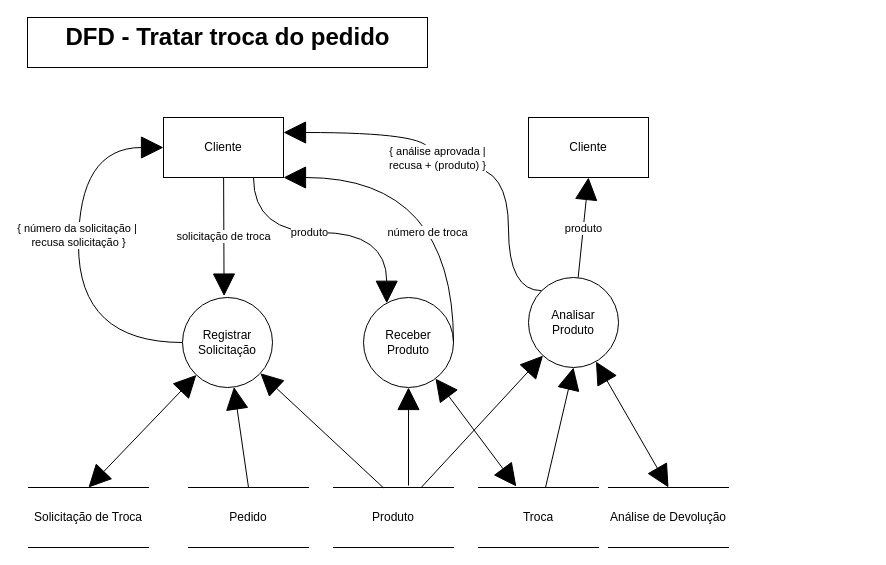
Systematicos/FindingApp keeps this draw.io diagram as Documentation/DFD Essencial para cada Capacidade/DFD Tratar troca do pedido.drawio. Above is the earlier version. Source tidied: cells renumbered, new cells numbered last; positions are measured from the earlier drawing's top-left corner, leaving out a move shared by most shapes. Both pictures are drawn from the tidied source at 100%, with x=0, y=0 at pixel (22, 17).
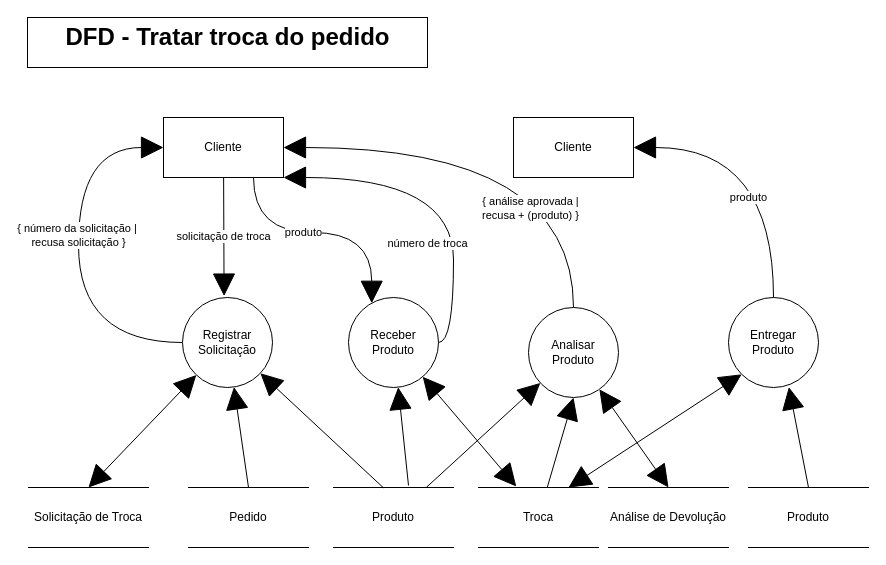
After the change.

The change refers to these unchanged cells:
```xml
<mxCell id="8" value="Cliente" style="rounded=0;whiteSpace=wrap;html=1;" parent="1" vertex="1">
  <mxGeometry x="141" y="100" width="120" height="60" as="geometry" />
</mxCell>
<mxCell id="29" value="Troca" style="shape=partialRectangle;whiteSpace=wrap;html=1;left=0;right=0;fillColor=none;" parent="1" vertex="1">
  <mxGeometry x="456" y="470" width="120" height="60" as="geometry" />
</mxCell>
```

Change to the diagram source:
```diff
@@
     <mxCell id="15" value="Receber Produto" style="ellipse;whiteSpace=wrap;html=1;" parent="1" vertex="1">
-      <mxGeometry x="341" y="280" width="90" height="90" as="geometry" />
+      <mxGeometry x="326" y="280" width="90" height="90" as="geometry" />
     </mxCell>
@@
-    <mxCell id="18" style="edgeStyle=orthogonalEdgeStyle;curved=1;rounded=0;jettySize=auto;html=1;entryX=1;entryY=0.25;entryDx=0;entryDy=0;startArrow=none;startFill=0;startSize=20;endArrow=block;endFill=1;endSize=20;exitX=0;exitY=0;exitDx=0;exitDy=0;" parent="1" edge="1" source="23" target="8">
-      <mxGeometry relative="1" as="geometry">
-        <Array as="points">
-          <mxPoint x="486" y="273" />
-          <mxPoint x="486" y="150" />
-          <mxPoint x="406" y="150" />
-          <mxPoint x="406" y="115" />
-        </Array>
-      </mxGeometry>
-    </mxCell>
-    <mxCell id="19" value="{ análise aprovada |&lt;br&gt;recusa + (produto) }" style="edgeLabel;html=1;align=center;verticalAlign=middle;" parent="18" vertex="1">
-      <mxGeometry x="0.06" y="19" relative="1" as="geometry">
-        <mxPoint x="-6.4" y="-29" as="offset" />
-      </mxGeometry>
-    </mxCell>
-    <mxCell id="20" value="produto" style="rounded=0;jettySize=auto;html=1;entryX=0.5;entryY=1;entryDx=0;entryDy=0;endArrow=block;endFill=1;endSize=20;startSize=20;" parent="1" edge="1" source="23" target="24">
-      <mxGeometry relative="1" as="geometry" />
+    <mxCell id="20" value="produto" style="rounded=0;jettySize=auto;html=1;entryX=1;entryY=0.5;entryDx=0;entryDy=0;endArrow=block;endFill=1;endSize=20;startSize=20;exitX=0.5;exitY=0;exitDx=0;exitDy=0;edgeStyle=orthogonalEdgeStyle;curved=1;" parent="1" edge="1" source="32" target="24">
+      <mxGeometry x="-0.31" y="25" relative="1" as="geometry" />
     </mxCell>
@@
+    <mxCell id="18" style="edgeStyle=orthogonalEdgeStyle;rounded=0;jettySize=auto;html=1;exitX=0.5;exitY=0;exitDx=0;exitDy=0;entryX=1;entryY=0.5;entryDx=0;entryDy=0;startArrow=none;startFill=0;startSize=20;endArrow=block;endFill=1;endSize=20;curved=1;" parent="1" edge="1" source="23" target="8">
+      <mxGeometry relative="1" as="geometry" />
+    </mxCell>
+    <mxCell id="19" value="{ análise aprovada |&lt;br&gt;recusa + (produto) }" style="edgeLabel;html=1;align=center;verticalAlign=middle;" parent="18" vertex="1">
+      <mxGeometry x="0.01" y="38" relative="1" as="geometry">
+        <mxPoint x="23.3" y="22" as="offset" />
+      </mxGeometry>
+    </mxCell>
     <mxCell id="23" value="Analisar&lt;br&gt;Produto" style="ellipse;whiteSpace=wrap;html=1;" parent="1" vertex="1">
-      <mxGeometry x="506" y="260" width="90" height="90" as="geometry" />
+      <mxGeometry x="506" y="290" width="90" height="90" as="geometry" />
     </mxCell>
     <mxCell id="24" value="Cliente" style="rounded=0;whiteSpace=wrap;html=1;" parent="1" vertex="1">
-      <mxGeometry x="506" y="100" width="120" height="60" as="geometry" />
+      <mxGeometry x="491" y="100" width="120" height="60" as="geometry" />
     </mxCell>
@@
+    <mxCell id="30" style="rounded=0;jettySize=auto;html=1;exitX=0;exitY=1;exitDx=0;exitDy=0;entryX=0.75;entryY=0;entryDx=0;entryDy=0;startArrow=block;startFill=1;endSize=20;startSize=20;endArrow=block;endFill=1;" parent="1" edge="1" source="32" target="29">
+      <mxGeometry relative="1" as="geometry" />
+    </mxCell>
+    <mxCell id="31" style="edgeStyle=none;rounded=0;jettySize=auto;html=1;exitX=0.671;exitY=0.995;exitDx=0;exitDy=0;entryX=0.5;entryY=0;entryDx=0;entryDy=0;startArrow=block;startFill=1;startSize=20;endArrow=none;endFill=0;endSize=20;exitPerimeter=0;" parent="1" edge="1" source="32" target="33">
+      <mxGeometry relative="1" as="geometry" />
+    </mxCell>
+    <mxCell id="32" value="Entregar Produto" style="ellipse;whiteSpace=wrap;html=1;" parent="1" vertex="1">
+      <mxGeometry x="706" y="280" width="90" height="90" as="geometry" />
+    </mxCell>
+    <mxCell id="33" value="Produto" style="shape=partialRectangle;whiteSpace=wrap;html=1;left=0;right=0;fillColor=none;" parent="1" vertex="1">
+      <mxGeometry x="726" y="470" width="120" height="60" as="geometry" />
+    </mxCell>
```
